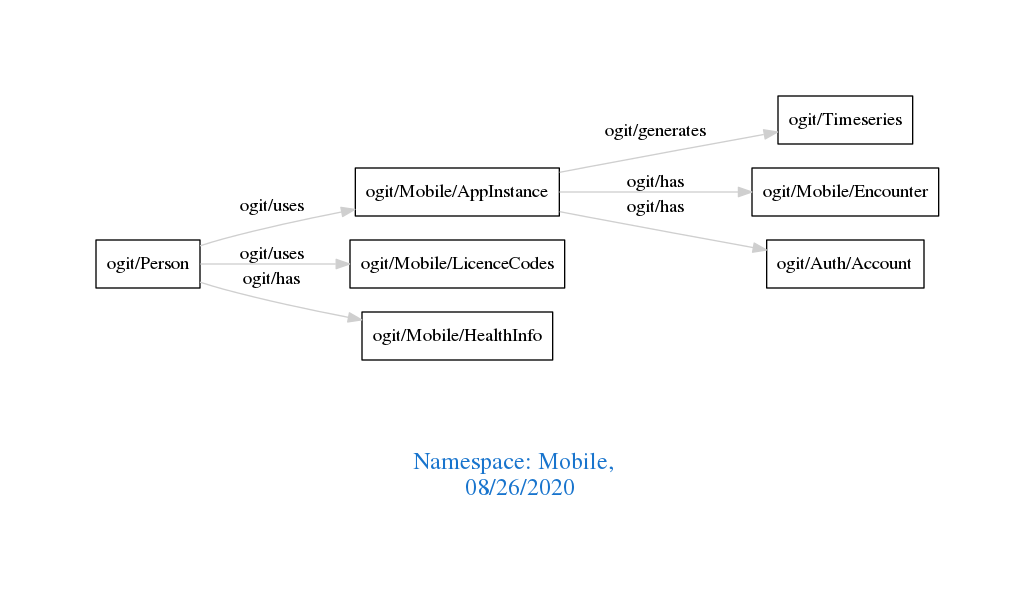
arago/OGIT keeps this Graphviz diagram as downloads/Mobile.png. Above is the earlier version. Its source is kept beside it as downloads/Mobile.dot. The source it was exported from:
```dot
digraph OGIT_ontology {
 graph [ rankdir= LR,pad=1
fontsize = 18,
fontcolor= dodgerblue3,label = "\n\n\nNamespace: Mobile, \n 08/26/2020"];
node[shape=polygon];
edge [  color="gray81"];

   "ogit/Mobile/AppInstance" -> "ogit/Timeseries" [label="   ogit/generates    "];
   "ogit/Person" -> "ogit/Mobile/AppInstance" [label="   ogit/uses    "];
   "ogit/Person" -> "ogit/Mobile/LicenceCodes" [label="   ogit/uses    "];
   "ogit/Mobile/AppInstance" -> "ogit/Mobile/Encounter" [label="   ogit/has    "];
   "ogit/Mobile/AppInstance" -> "ogit/Auth/Account" [label="   ogit/has    "];
   "ogit/Person" -> "ogit/Mobile/HealthInfo" [label="   ogit/has    "];
}
```
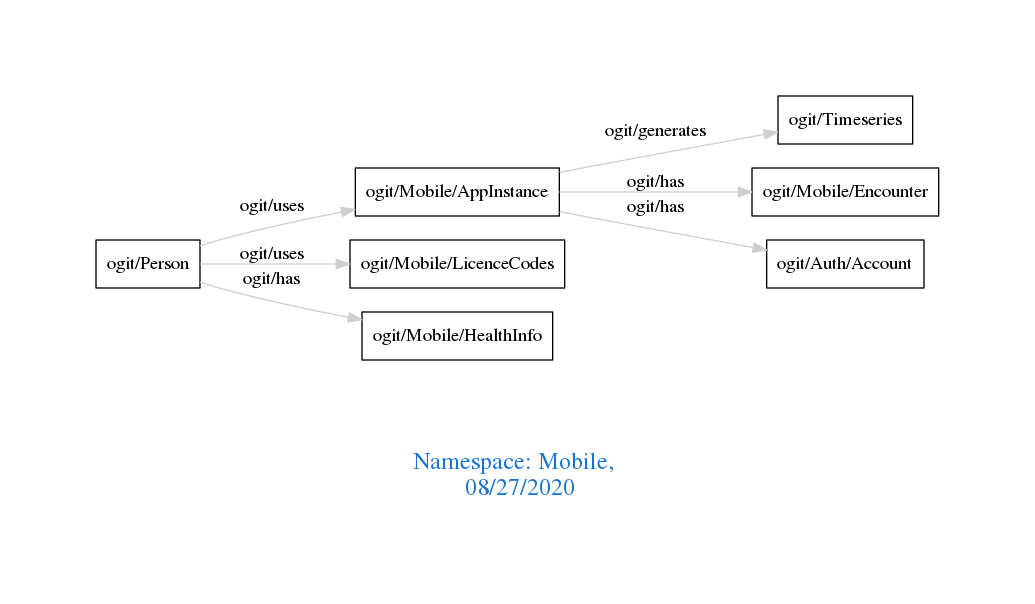
Later version of the same file.

The edit, as a diff of the source:
```diff
@@ -1,7 +1,7 @@
 digraph OGIT_ontology {
  graph [ rankdir= LR,pad=1
 fontsize = 18,
-fontcolor= dodgerblue3,label = "\n\n\nNamespace: Mobile, \n 08/26/2020"];
+fontcolor= dodgerblue3,label = "\n\n\nNamespace: Mobile, \n 08/27/2020"];
 node[shape=polygon];
 edge [  color="gray81"];
 
```
